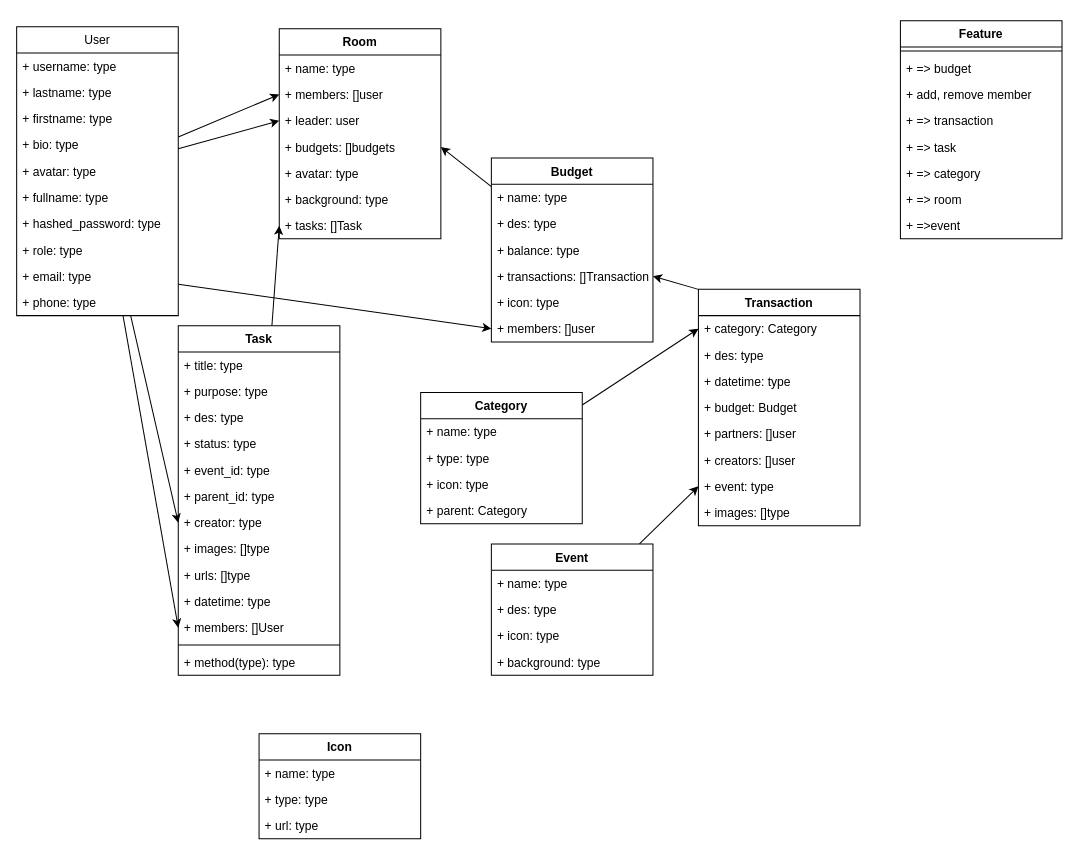
Before: page "Page-1" (1 of 2) of uml/database.dio in khangle880/share_room, a draw.io diagram. Source tidied: cells renumbered, new cells numbered last; positions are measured from the earlier drawing's top-left corner, leaving out a move shared by most shapes. Both pictures are drawn from the tidied source at 101%, with x=0, y=0 at pixel (16, 20).
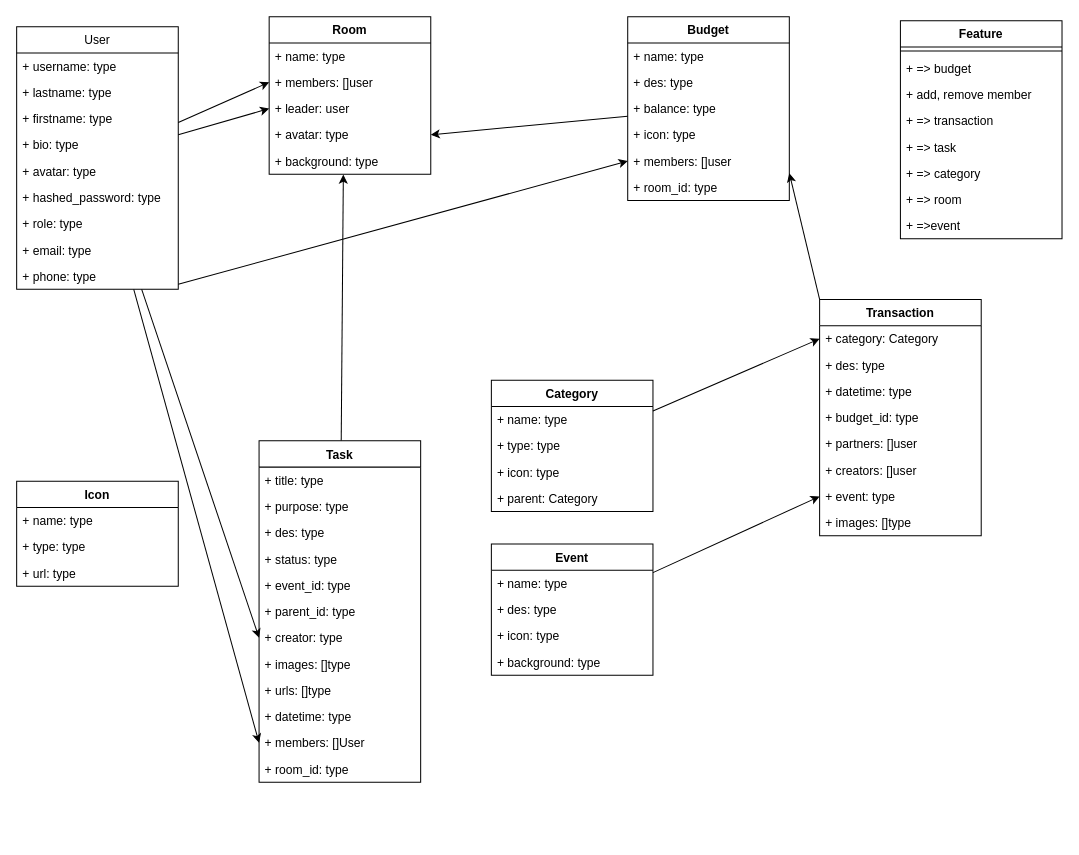
The same page after the edit.

What changed in the source:
```diff
@@
     <mxCell id="7" value="User" style="swimlane;fontStyle=0;horizontal=1;startSize=26;fillColor=none;" parent="1" vertex="1">
-      <mxGeometry y="6" width="160" height="286" as="geometry" />
+      <mxGeometry y="6" width="160" height="260" as="geometry" />
     </mxCell>
@@
-    <mxCell id="13" value="+ fullname: type" style="text;strokeColor=none;fillColor=none;align=left;verticalAlign=top;spacingLeft=4;spacingRight=4;overflow=hidden;" parent="7" vertex="1">
-      <mxGeometry y="156" width="160" height="26" as="geometry" />
-    </mxCell>
     <mxCell id="14" value="+ hashed_password: type" style="text;strokeColor=none;fillColor=none;align=left;verticalAlign=top;spacingLeft=4;spacingRight=4;overflow=hidden;" parent="7" vertex="1">
-      <mxGeometry y="182" width="160" height="26" as="geometry" />
+      <mxGeometry y="156" width="160" height="26" as="geometry" />
     </mxCell>
     <mxCell id="15" value="+ role: type" style="text;strokeColor=none;fillColor=none;align=left;verticalAlign=top;spacingLeft=4;spacingRight=4;overflow=hidden;" parent="7" vertex="1">
-      <mxGeometry y="208" width="160" height="26" as="geometry" />
+      <mxGeometry y="182" width="160" height="26" as="geometry" />
     </mxCell>
     <mxCell id="16" value="+ email: type" style="text;strokeColor=none;fillColor=none;align=left;verticalAlign=top;spacingLeft=4;spacingRight=4;overflow=hidden;" parent="7" vertex="1">
-      <mxGeometry y="234" width="160" height="26" as="geometry" />
+      <mxGeometry y="208" width="160" height="26" as="geometry" />
     </mxCell>
     <mxCell id="17" value="+ phone: type" style="text;strokeColor=none;fillColor=none;align=left;verticalAlign=top;spacingLeft=4;spacingRight=4;overflow=hidden;" parent="7" vertex="1">
-      <mxGeometry y="260" width="160" height="26" as="geometry" />
+      <mxGeometry y="234" width="160" height="26" as="geometry" />
     </mxCell>
@@
-    <mxCell id="27" style="edgeStyle=none;html=1;entryX=0;entryY=0.5;entryDx=0;entryDy=0;" parent="1" edge="1" source="28" target="73">
+    <mxCell id="27" style="edgeStyle=none;html=1;entryX=0.459;entryY=1.015;entryDx=0;entryDy=0;entryPerimeter=0;" parent="1" edge="1" source="28" target="72">
       <mxGeometry relative="1" as="geometry" />
     </mxCell>
     <mxCell id="28" value="Task" style="swimlane;fontStyle=1;align=center;verticalAlign=top;horizontal=1;startSize=26;" parent="1" vertex="1">
-      <mxGeometry x="160" y="302" width="160" height="346" as="geometry" />
+      <mxGeometry x="240" y="416" width="160" height="338" as="geometry" />
     </mxCell>
@@
-    <mxCell id="40" style="line;strokeWidth=1;fillColor=none;align=left;verticalAlign=middle;spacingTop=-1;spacingLeft=3;spacingRight=3;labelPosition=right;strokeColor=inherit;" parent="28" vertex="1">
-      <mxGeometry y="312" width="160" height="8" as="geometry" />
-    </mxCell>
-    <mxCell id="41" value="+ method(type): type" style="text;strokeColor=none;fillColor=none;align=left;verticalAlign=top;spacingLeft=4;spacingRight=4;overflow=hidden;" parent="28" vertex="1">
-      <mxGeometry y="320" width="160" height="26" as="geometry" />
-    </mxCell>
+    <mxCell id="84" value="+ room_id: type" style="text;strokeColor=none;fillColor=none;align=left;verticalAlign=top;spacingLeft=4;spacingRight=4;overflow=hidden;" parent="28" vertex="1">
+      <mxGeometry y="312" width="160" height="26" as="geometry" />
+    </mxCell>
-    <mxCell id="42" style="edgeStyle=none;html=1;entryX=1;entryY=0.5;entryDx=0;entryDy=0;" parent="1" edge="1" source="43" target="70">
-      <mxGeometry relative="1" as="geometry" />
+    <mxCell id="42" style="edgeStyle=none;html=1;entryX=1;entryY=0.5;entryDx=0;entryDy=0;" parent="1" edge="1" source="43">
+      <mxGeometry relative="1" as="geometry">
+        <mxPoint x="410" y="113" as="targetPoint" />
+      </mxGeometry>
     </mxCell>
     <mxCell id="43" value="Budget" style="swimlane;fontStyle=1;align=center;verticalAlign=top;horizontal=1;startSize=26;" parent="1" vertex="1">
-      <mxGeometry x="470" y="136" width="160" height="182" as="geometry" />
+      <mxGeometry x="605" y="-4" width="160" height="182" as="geometry" />
     </mxCell>
@@
-    <mxCell id="47" value="+ transactions: []Transaction" style="text;strokeColor=none;fillColor=none;align=left;verticalAlign=top;spacingLeft=4;spacingRight=4;overflow=hidden;points=[[0,0.5],[1,0.5]];portConstraint=eastwest;" parent="43" vertex="1">
-      <mxGeometry y="104" width="160" height="26" as="geometry" />
-    </mxCell>
     <mxCell id="48" value="+ icon: type" style="text;strokeColor=none;fillColor=none;align=left;verticalAlign=top;spacingLeft=4;spacingRight=4;overflow=hidden;" parent="43" vertex="1">
-      <mxGeometry y="130" width="160" height="26" as="geometry" />
+      <mxGeometry y="104" width="160" height="26" as="geometry" />
     </mxCell>
     <mxCell id="49" value="+ members: []user" style="text;strokeColor=none;fillColor=none;align=left;verticalAlign=top;spacingLeft=4;spacingRight=4;overflow=hidden;points=[[0,0.5],[1,0.5]];portConstraint=eastwest;" parent="43" vertex="1">
-      <mxGeometry y="156" width="160" height="26" as="geometry" />
+      <mxGeometry y="130" width="160" height="26" as="geometry" />
     </mxCell>
+    <mxCell id="85" value="+ room_id: type" style="text;strokeColor=none;fillColor=none;align=left;verticalAlign=top;spacingLeft=4;spacingRight=4;overflow=hidden;" parent="43" vertex="1">
+      <mxGeometry y="156" width="160" height="26" as="geometry" />
+    </mxCell>
-    <mxCell id="50" style="edgeStyle=none;html=1;entryX=1;entryY=0.5;entryDx=0;entryDy=0;exitX=0;exitY=0;exitDx=0;exitDy=0;" parent="1" edge="1" source="51" target="47">
-      <mxGeometry relative="1" as="geometry" />
+    <mxCell id="50" style="edgeStyle=none;html=1;entryX=1;entryY=0.5;entryDx=0;entryDy=0;exitX=0;exitY=0;exitDx=0;exitDy=0;" parent="1" edge="1" source="51">
+      <mxGeometry relative="1" as="geometry">
+        <mxPoint x="765" y="151" as="targetPoint" />
+      </mxGeometry>
     </mxCell>
     <mxCell id="51" value="Transaction" style="swimlane;fontStyle=1;align=center;verticalAlign=top;horizontal=1;startSize=26;" parent="1" vertex="1">
-      <mxGeometry x="675" y="266" width="160" height="234" as="geometry" />
+      <mxGeometry x="795" y="276" width="160" height="234" as="geometry" />
     </mxCell>
@@
-    <mxCell id="55" value="+ budget: Budget" style="text;strokeColor=none;fillColor=none;align=left;verticalAlign=top;spacingLeft=4;spacingRight=4;overflow=hidden;" parent="51" vertex="1">
+    <mxCell id="55" value="+ budget_id: type" style="text;strokeColor=none;fillColor=none;align=left;verticalAlign=top;spacingLeft=4;spacingRight=4;overflow=hidden;" parent="51" vertex="1">
       <mxGeometry y="104" width="160" height="26" as="geometry" />
     </mxCell>
@@
     <mxCell id="61" value="Category" style="swimlane;fontStyle=1;align=center;verticalAlign=top;horizontal=1;startSize=26;" parent="1" vertex="1">
-      <mxGeometry x="400" y="368" width="160" height="130" as="geometry" />
+      <mxGeometry x="470" y="356" width="160" height="130" as="geometry" />
     </mxCell>
@@
     <mxCell id="66" value="Room" style="swimlane;fontStyle=1;align=center;verticalAlign=top;horizontal=1;startSize=26;" parent="1" vertex="1">
-      <mxGeometry x="260" y="8" width="160" height="208" as="geometry" />
+      <mxGeometry x="250" y="-4" width="160" height="156" as="geometry" />
     </mxCell>
@@
-    <mxCell id="70" value="+ budgets: []budgets" style="text;strokeColor=none;fillColor=none;align=left;verticalAlign=top;spacingLeft=4;spacingRight=4;overflow=hidden;points=[[0,0.5],[1,0.5]];portConstraint=eastwest;" parent="66" vertex="1">
-      <mxGeometry y="104" width="160" height="26" as="geometry" />
-    </mxCell>
     <mxCell id="71" value="+ avatar: type" style="text;strokeColor=none;fillColor=none;align=left;verticalAlign=top;spacingLeft=4;spacingRight=4;overflow=hidden;" parent="66" vertex="1">
-      <mxGeometry y="130" width="160" height="26" as="geometry" />
+      <mxGeometry y="104" width="160" height="26" as="geometry" />
     </mxCell>
     <mxCell id="72" value="+ background: type" style="text;strokeColor=none;fillColor=none;align=left;verticalAlign=top;spacingLeft=4;spacingRight=4;overflow=hidden;points=[[0,0.5],[1,0.5]];portConstraint=eastwest;" parent="66" vertex="1">
-      <mxGeometry y="156" width="160" height="26" as="geometry" />
+      <mxGeometry y="130" width="160" height="26" as="geometry" />
     </mxCell>
-    <mxCell id="73" value="+ tasks: []Task" style="text;strokeColor=none;fillColor=none;align=left;verticalAlign=top;spacingLeft=4;spacingRight=4;overflow=hidden;points=[[0,0.5],[1,0.5]];portConstraint=eastwest;" parent="66" vertex="1">
-      <mxGeometry y="182" width="160" height="26" as="geometry" />
-    </mxCell>
@@
     <mxCell id="80" value="Icon" style="swimlane;fontStyle=1;align=center;verticalAlign=top;horizontal=1;startSize=26;" parent="1" vertex="1">
-      <mxGeometry x="240" y="706" width="160" height="104" as="geometry" />
+      <mxGeometry y="456" width="160" height="104" as="geometry" />
     </mxCell>
```
